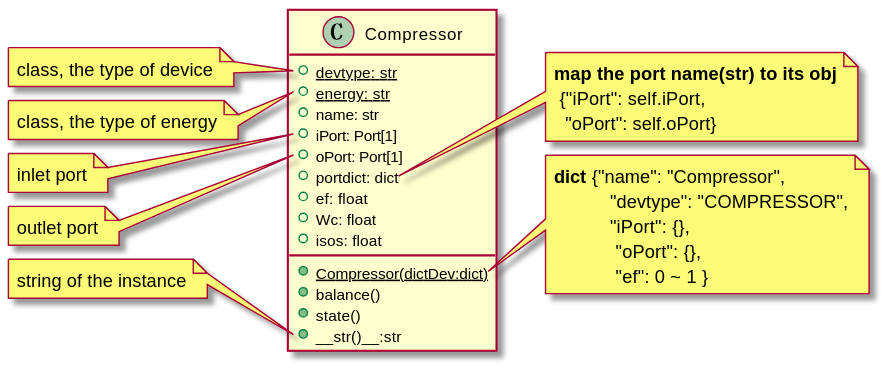
This is doc/uml/img/compressor.svg from thermalogic/SimVCCE, a PlantUML export, as it was before one commit.
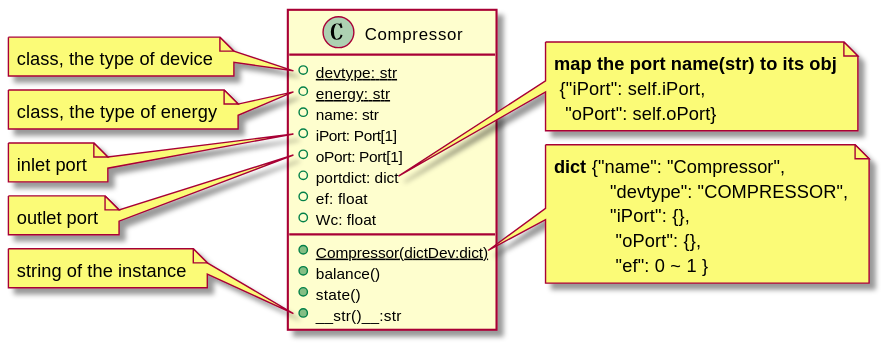
The same diagram one commit later.

What changed in the source:
```diff
@@ -8,7 +8,6 @@
  + portdict: dict
  + ef: float
  + Wc: float
- + isos: float
  + {static} Compressor(dictDev:dict)
  + balance()
  + state()
```
